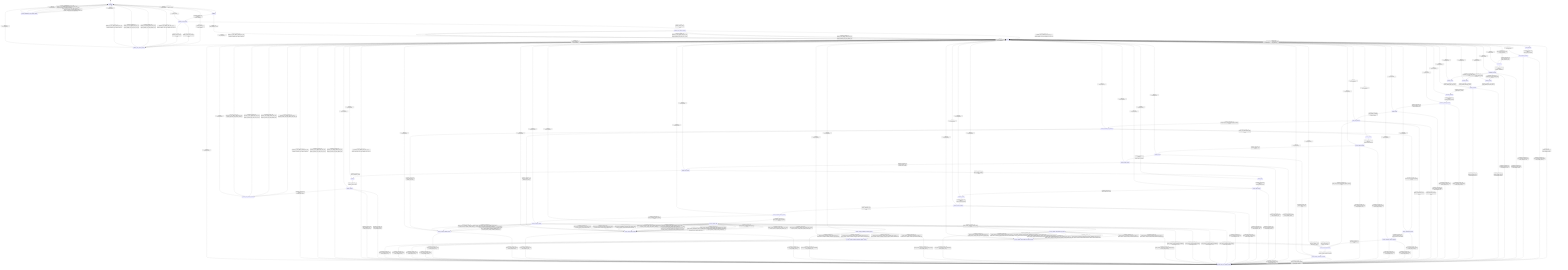
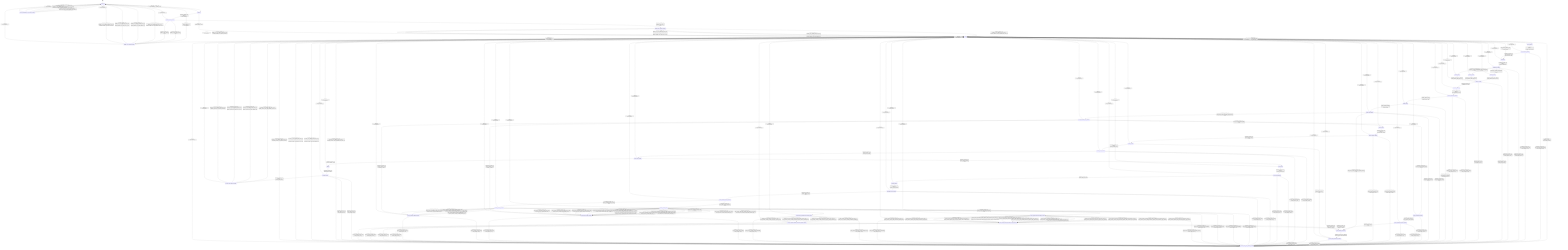
stateDiagram-v2
  direction TB
  [*] --> uninitialized
  uninitialized --> initializing : initialize_run [valid_initialize_] / none
  uninitialized --> initialize_error_channel_decision : initialize_run [invalid_initialize_] / reject_initialize_
  ready --> initializing : initialize_run [valid_initialize_] / none
  ready --> initialize_error_channel_decision : initialize_run [invalid_initialize_] / reject_initialize_
  initializing --> initializer_result_decision : completion_initialize_run_ [always] / request_initializer_
  initializer_result_decision --> initialize_done_channel_decision : completion_initialize_run_ [initialize_result_none_] / none
  initializer_result_decision --> initialize_error_channel_decision : completion_initialize_run_ [initialize_result_invalid_request_] / none
  initializer_result_decision --> initialize_error_channel_decision : completion_initialize_run_ [initialize_result_backend_] / none
  initialize_done_channel_decision --> ready : completion_initialize_run_ [initialize_done_callback_with_error_out_] / dispatch_initialize_done_with_callback_and_error_out_
  initialize_done_channel_decision --> ready : completion_initialize_run_ [initialize_done_callback_without_error_out_] / dispatch_initialize_done_with_callback_only_
  initialize_done_channel_decision --> ready : completion_initialize_run_ [initialize_no_done_callback_with_error_out_] / dispatch_initialize_done_with_error_out_only_
  initialize_done_channel_decision --> ready : completion_initialize_run_ [initialize_no_done_callback_without_error_out_] / dispatch_initialize_done_without_channels_
  initialize_error_channel_decision --> uninitialized : completion_initialize_run_ [initialize_error_callback_with_error_out_] / dispatch_initialize_error_with_callback_and_error_out_
  initialize_error_channel_decision --> uninitialized : completion_initialize_run_ [initialize_error_callback_without_error_out_] / dispatch_initialize_error_with_callback_only_
  initialize_error_channel_decision --> uninitialized : completion_initialize_run_ [initialize_no_error_callback_with_error_out_] / dispatch_initialize_error_with_error_out_only_
  initialize_error_channel_decision --> uninitialized : completion_initialize_run_ [initialize_no_error_callback_without_error_out_] / dispatch_initialize_error_without_channels_
  uninitialized --> generate_uninitialized_error_channel_decision : generate_run [always] / reject_uninitialized_generate_
  ready --> reset_sequence : generate_run [valid_generate_with_reset_] / begin_generate_
  ready --> conditioning : generate_run [valid_generate_without_reset_] / begin_generate_
  ready --> generate_ready_error_channel_decision : generate_run [invalid_generate_] / reject_invalid_generate_
  reset_sequence --> reset_sequence_decision : completion_generate_run_ [always] / request_reset_sequence_
  reset_sequence_decision --> conditioning : completion_generate_run_ [reset_sequence_ok_] / mark_sequence_clear_
  reset_sequence_decision --> generate_ready_error_channel_decision : completion_generate_run_ [reset_sequence_invalid_request_] / mark_invalid_request_
  reset_sequence_decision --> generate_ready_error_channel_decision : completion_generate_run_ [reset_sequence_backend_error_] / mark_backend_error_
  conditioning --> conditioning_decision : completion_generate_run_ [always] / request_conditioning_
  conditioning_decision --> planning_chunk8 : completion_generate_run_ [conditioning_ok_with_chunk8_prefill_] / none
  conditioning_decision --> planning_chunk4 : completion_generate_run_ [conditioning_ok_with_chunk4_prefill_] / none
  conditioning_decision --> planning_scalar : completion_generate_run_ [conditioning_ok_with_scalar_prefill_] / none
  conditioning_decision --> generate_ready_error_channel_decision : completion_generate_run_ [conditioning_invalid_request_] / mark_invalid_request_
  conditioning_decision --> generate_ready_error_channel_decision : completion_generate_run_ [conditioning_backend_error_] / mark_backend_error_
  planning_chunk8 --> planning_decision : completion_generate_run_ [always] / request_planning_with_step_size_8__
  planning_chunk4 --> planning_decision : completion_generate_run_ [always] / request_planning_with_step_size_4__
  planning_scalar --> planning_decision : completion_generate_run_ [always] / request_planning_with_step_size_1__
  planning_decision --> sequence_allocating : completion_generate_run_ [planning_ok_] / none
  planning_decision --> generate_ready_error_channel_decision : completion_generate_run_ [planning_invalid_request_] / mark_invalid_request_
  planning_decision --> generate_ready_error_channel_decision : completion_generate_run_ [planning_backend_error_] / mark_backend_error_
  sequence_allocating --> sequence_allocating_decision : completion_generate_run_ [always] / request_allocate_sequence_
  sequence_allocating_decision --> prefill_running : completion_generate_run_ [allocate_sequence_ok_] / mark_sequence_live_
  sequence_allocating_decision --> generate_ready_error_channel_decision : completion_generate_run_ [allocate_sequence_invalid_request_] / mark_invalid_request_
  sequence_allocating_decision --> generate_ready_error_channel_decision : completion_generate_run_ [allocate_sequence_backend_error_] / mark_backend_error_
  prefill_running --> prefill_result_decision : completion_generate_run_ [prefill_dispatch_available_] / request_prefill_
  prefill_running --> generate_ready_error_channel_decision : completion_generate_run_ [prefill_dispatch_unavailable_] / mark_backend_error_
  prefill_result_decision --> decode_selection_mode_decision : completion_generate_run_ [prefill_result_ok_with_materialized_logits_contract_] / none
  prefill_result_decision --> decode_sample_preselected : completion_generate_run_ [prefill_result_ok_with_preselected_argmax_contract_] / none
  prefill_result_decision --> generate_ready_error_channel_decision : completion_generate_run_ [prefill_result_invalid_request_] / none
  prefill_result_decision --> generate_ready_error_channel_decision : completion_generate_run_ [prefill_result_backend_error_] / none
  decode_selection_mode_decision --> decode_sample : completion_generate_run_ [decode_uses_materialized_logits_] / none
  decode_selection_mode_decision --> decode_preselected_argmax : completion_generate_run_ [decode_uses_preselected_argmax_] / none
  decode_sample --> decode_sample_decision : completion_generate_run_ [always] / request_decode_sample_
  decode_preselected_argmax --> decode_preselected_argmax_decision : completion_generate_run_ [decode_argmax_ready_] / request_decode_select_argmax_
  decode_preselected_argmax --> generate_ready_error_channel_decision : completion_generate_run_ [decode_argmax_invalid_request_] / mark_invalid_request_
  decode_preselected_argmax_decision --> decode_sample_preselected : completion_generate_run_ [decode_sample_ok_] / none
  decode_preselected_argmax_decision --> generate_ready_error_channel_decision : completion_generate_run_ [decode_sample_invalid_request_] / mark_invalid_request_
  decode_preselected_argmax_decision --> generate_ready_error_channel_decision : completion_generate_run_ [decode_sample_backend_error_] / mark_backend_error_
  decode_sample_preselected --> decode_sample_preselected_decision : completion_generate_run_ [always] / request_decode_sample_preselected_
  decode_sample_decision --> decode_render : completion_generate_run_ [decode_sample_ok_] / none
  decode_sample_preselected_decision --> decode_render : completion_generate_run_ [decode_sample_ok_] / none
  decode_sample_decision --> generate_ready_error_channel_decision : completion_generate_run_ [decode_sample_invalid_request_] / mark_invalid_request_
  decode_sample_decision --> generate_ready_error_channel_decision : completion_generate_run_ [decode_sample_backend_error_] / mark_backend_error_
  decode_sample_preselected_decision --> generate_ready_error_channel_decision : completion_generate_run_ [decode_sample_invalid_request_] / mark_invalid_request_
  decode_sample_preselected_decision --> generate_ready_error_channel_decision : completion_generate_run_ [decode_sample_backend_error_] / mark_backend_error_
  decode_render --> decode_render_decision : completion_generate_run_ [always] / request_decode_render_
  decode_render_decision --> decode_loop_decision : completion_generate_run_ [decode_render_ok_] / commit_render_output_
  decode_render_decision --> generate_ready_error_channel_decision : completion_generate_run_ [decode_render_invalid_request_] / mark_invalid_request_
  decode_render_decision --> generate_ready_error_channel_decision : completion_generate_run_ [decode_render_backend_error_] / mark_backend_error_
  decode_loop_decision --> decode_slots : completion_generate_run_ [decode_should_continue_] / none
  decode_loop_decision --> flushing : completion_generate_run_ [decode_complete_] / none
  decode_slots --> decode_slots_decision : completion_generate_run_ [always] / request_decode_slots_
  decode_slots_decision --> snapshot_decode : completion_generate_run_ [decode_slots_ok_] / none
  decode_slots_decision --> generate_ready_error_channel_decision : completion_generate_run_ [decode_slots_invalid_request_] / mark_invalid_request_
  decode_slots_decision --> generate_ready_error_channel_decision : completion_generate_run_ [decode_slots_backend_error_] / mark_backend_error_
  snapshot_decode --> snapshot_decode_decision : completion_generate_run_ [always] / request_memory_snapshot_
  snapshot_decode_decision --> decode_compute_runtime_decision : completion_generate_run_ [decode_snapshot_ok_] / none
  snapshot_decode_decision --> generate_ready_error_channel_decision : completion_generate_run_ [decode_snapshot_invalid_request_] / mark_invalid_request_
  snapshot_decode_decision --> generate_ready_error_channel_decision : completion_generate_run_ [decode_snapshot_backend_error_] / mark_backend_error_
  decode_compute_runtime_decision --> decode_compute_flash : completion_generate_run_ [decode_flash_runtime_supported_] / none
  decode_compute_runtime_decision --> decode_compute_nonflash : completion_generate_run_ [decode_nonflash_runtime_required_] / none
  decode_compute_flash --> generate_ready_error_channel_decision : completion_generate_run_ [guard_decode_compute_invalid_request_] / mark_invalid_request_
  decode_compute_flash --> generate_ready_error_channel_decision : completion_generate_run_ [guard_decode_compute_backend_unavailable_] / mark_backend_error_
  decode_compute_flash --> decode_compute_flash_preselected_argmax : completion_generate_run_ [guard_decode_preselected_direct_ready_] / none
  decode_compute_flash --> decode_compute_flash_decision : completion_generate_run_ [guard_decode_materialized_parallel_scalar_packed_q8_0_ready_] / request_decode_compute_flash_parallel_packed_q8_0_
  decode_compute_flash --> decode_compute_flash_decision : completion_generate_run_ [guard_decode_materialized_scalar_packed_q8_0_ready_] / request_decode_compute_flash_packed_q8_0_
  decode_compute_flash --> decode_compute_flash_decision : completion_generate_run_ [guard_decode_materialized_parallel_scalar_q8_k_ready_] / request_decode_compute_flash_parallel_q8_k_
  decode_compute_flash --> decode_compute_flash_decision : completion_generate_run_ [guard_decode_materialized_scalar_q8_k_ready_] / request_decode_compute_flash_q8_k_
  decode_compute_flash --> decode_compute_flash_decision : completion_generate_run_ [guard_decode_materialized_parallel_scalar_native_quantized_q8_k_ready_] / request_decode_compute_flash_parallel_native_quantized_q8_k_logits_
  decode_compute_flash --> decode_compute_flash_decision : completion_generate_run_ [guard_decode_materialized_scalar_native_quantized_q8_k_ready_] / request_decode_compute_flash_native_quantized_q8_k_logits_
  decode_compute_flash --> decode_compute_flash_decision : completion_generate_run_ [guard_decode_materialized_streamed_scalar_native_quantized_ready_] / request_decode_compute_flash_native_quantized_streamed_
  decode_compute_flash --> decode_compute_flash_decision : completion_generate_run_ [guard_decode_materialized_parallel_scalar_native_quantized_kernel_ready_] / request_decode_compute_flash_parallel_native_quantized_
  decode_compute_flash --> decode_compute_flash_decision : completion_generate_run_ [guard_decode_materialized_scalar_native_quantized_kernel_ready_] / request_decode_compute_flash_native_quantized_
  decode_compute_flash --> decode_compute_flash_decision : completion_generate_run_ [guard_decode_materialized_streamed_scalar_kernel_ready_] / request_decode_compute_flash_kernel_streamed_
  decode_compute_flash --> decode_compute_flash_decision : completion_generate_run_ [guard_decode_materialized_parallel_scalar_kernel_ready_] / request_decode_compute_flash_parallel_kernel_
  decode_compute_flash --> decode_compute_flash_decision : completion_generate_run_ [guard_decode_materialized_scalar_kernel_ready_] / request_decode_compute_flash_kernel_
  decode_compute_nonflash --> generate_ready_error_channel_decision : completion_generate_run_ [guard_decode_compute_invalid_request_] / mark_invalid_request_
  decode_compute_nonflash --> generate_ready_error_channel_decision : completion_generate_run_ [guard_decode_compute_backend_unavailable_] / mark_backend_error_
  decode_compute_nonflash --> decode_compute_nonflash_preselected_argmax : completion_generate_run_ [guard_decode_preselected_direct_ready_] / none
  decode_compute_nonflash --> decode_compute_nonflash_decision : completion_generate_run_ [guard_decode_materialized_scalar_packed_q8_0_ready_] / request_decode_compute_nonflash_packed_q8_0_
  decode_compute_nonflash --> decode_compute_nonflash_decision : completion_generate_run_ [guard_decode_materialized_scalar_q8_k_ready_] / request_decode_compute_nonflash_q8_k_
  decode_compute_nonflash --> decode_compute_nonflash_decision : completion_generate_run_ [guard_decode_materialized_scalar_native_quantized_q8_k_ready_] / request_decode_compute_nonflash_native_quantized_q8_k_logits_
  decode_compute_nonflash --> decode_compute_nonflash_decision : completion_generate_run_ [guard_decode_materialized_scalar_native_quantized_kernel_ready_] / request_decode_compute_nonflash_native_quantized_
  decode_compute_nonflash --> decode_compute_nonflash_decision : completion_generate_run_ [guard_decode_materialized_scalar_kernel_ready_] / request_decode_compute_nonflash_kernel_
  decode_compute_flash_preselected_argmax --> generate_ready_error_channel_decision : completion_generate_run_ [guard_decode_preselected_compute_invalid_request_] / mark_invalid_request_
  decode_compute_flash_preselected_argmax --> generate_ready_error_channel_decision : completion_generate_run_ [guard_decode_compute_backend_unavailable_] / mark_backend_error_
+   decode_compute_flash_preselected_argmax --> decode_compute_flash_preselected_argmax_decision : completion_generate_run_ [guard_decode_preselected_argmax_q8_k_streamed_ready_] / request_decode_compute_flash_preselected_argmax_q8_k_streamed_
+   decode_compute_flash_preselected_argmax --> decode_compute_flash_preselected_argmax_decision : completion_generate_run_ [guard_decode_preselected_argmax_native_quantized_q8_k_streamed_ready_] / request_decode_compute_flash_preselected_argmax_native_quantized_q8_k_streamed_
+   decode_compute_flash_preselected_argmax --> decode_compute_flash_preselected_argmax_decision : completion_generate_run_ [guard_decode_preselected_argmax_native_quantized_kernel_streamed_ready_] / request_decode_compute_flash_preselected_argmax_native_quantized_kernel_streamed_
+   decode_compute_flash_preselected_argmax --> decode_compute_flash_preselected_argmax_decision : completion_generate_run_ [guard_decode_preselected_argmax_kernel_streamed_ready_] / request_decode_compute_flash_preselected_argmax_kernel_streamed_
  decode_compute_flash_preselected_argmax --> decode_compute_flash_preselected_argmax_decision : completion_generate_run_ [guard_decode_preselected_parallel_argmax_q8_k_ready_] / request_decode_compute_flash_parallel_preselected_argmax_q8_k_
  decode_compute_flash_preselected_argmax --> decode_compute_flash_preselected_argmax_decision : completion_generate_run_ [guard_decode_preselected_argmax_q8_k_ready_] / request_decode_compute_flash_preselected_argmax_q8_k_
  decode_compute_flash_preselected_argmax --> decode_compute_flash_preselected_argmax_decision : completion_generate_run_ [guard_decode_preselected_parallel_argmax_native_quantized_q8_k_ready_] / request_decode_compute_flash_parallel_preselected_argmax_native_quantized_q8_k_
  decode_compute_flash_preselected_argmax --> decode_compute_flash_preselected_argmax_decision : completion_generate_run_ [guard_decode_preselected_argmax_native_quantized_q8_k_ready_] / request_decode_compute_flash_preselected_argmax_native_quantized_q8_k_
  decode_compute_flash_preselected_argmax --> decode_compute_flash_preselected_argmax_decision : completion_generate_run_ [guard_decode_preselected_parallel_argmax_native_quantized_kernel_ready_] / request_decode_compute_flash_parallel_preselected_argmax_native_quantized_kernel_
  decode_compute_flash_preselected_argmax --> decode_compute_flash_preselected_argmax_decision : completion_generate_run_ [guard_decode_preselected_argmax_native_quantized_kernel_ready_] / request_decode_compute_flash_preselected_argmax_native_quantized_kernel_
  decode_compute_flash_preselected_argmax --> decode_compute_flash_preselected_argmax_decision : completion_generate_run_ [guard_decode_preselected_parallel_argmax_kernel_ready_] / request_decode_compute_flash_parallel_preselected_argmax_kernel_
  decode_compute_flash_preselected_argmax --> decode_compute_flash_preselected_argmax_decision : completion_generate_run_ [guard_decode_preselected_argmax_kernel_ready_] / request_decode_compute_flash_preselected_argmax_kernel_
  decode_compute_nonflash_preselected_argmax --> generate_ready_error_channel_decision : completion_generate_run_ [guard_decode_preselected_compute_invalid_request_] / mark_invalid_request_
  decode_compute_nonflash_preselected_argmax --> generate_ready_error_channel_decision : completion_generate_run_ [guard_decode_compute_backend_unavailable_] / mark_backend_error_
  decode_compute_nonflash_preselected_argmax --> decode_compute_nonflash_preselected_argmax_decision : completion_generate_run_ [guard_decode_preselected_argmax_q8_k_ready_] / request_decode_compute_nonflash_preselected_argmax_q8_k_
  decode_compute_nonflash_preselected_argmax --> decode_compute_nonflash_preselected_argmax_decision : completion_generate_run_ [guard_decode_preselected_argmax_native_quantized_q8_k_ready_] / request_decode_compute_nonflash_preselected_argmax_native_quantized_q8_k_
  decode_compute_nonflash_preselected_argmax --> decode_compute_nonflash_preselected_argmax_decision : completion_generate_run_ [guard_decode_preselected_argmax_native_quantized_kernel_ready_] / request_decode_compute_nonflash_preselected_argmax_native_quantized_kernel_
  decode_compute_nonflash_preselected_argmax --> decode_compute_nonflash_preselected_argmax_decision : completion_generate_run_ [guard_decode_preselected_argmax_kernel_ready_] / request_decode_compute_nonflash_preselected_argmax_kernel_
  decode_compute_flash_decision --> decode_selection_mode_decision : completion_generate_run_ [decode_compute_ok_] / advance_kv_cache_
  decode_compute_nonflash_decision --> decode_selection_mode_decision : completion_generate_run_ [decode_compute_ok_] / advance_kv_cache_
  decode_compute_flash_preselected_argmax_decision --> decode_sample_preselected : completion_generate_run_ [decode_compute_ok_] / advance_kv_cache_
  decode_compute_nonflash_preselected_argmax_decision --> decode_sample_preselected : completion_generate_run_ [decode_compute_ok_] / advance_kv_cache_
  decode_compute_flash_decision --> generate_ready_error_channel_decision : completion_generate_run_ [decode_compute_invalid_request_] / mark_invalid_request_
  decode_compute_flash_decision --> generate_ready_error_channel_decision : completion_generate_run_ [decode_compute_backend_error_] / mark_backend_error_
  decode_compute_nonflash_decision --> generate_ready_error_channel_decision : completion_generate_run_ [decode_compute_invalid_request_] / mark_invalid_request_
  decode_compute_nonflash_decision --> generate_ready_error_channel_decision : completion_generate_run_ [decode_compute_backend_error_] / mark_backend_error_
  decode_compute_flash_preselected_argmax_decision --> generate_ready_error_channel_decision : completion_generate_run_ [decode_compute_invalid_request_] / mark_invalid_request_
  decode_compute_flash_preselected_argmax_decision --> generate_ready_error_channel_decision : completion_generate_run_ [decode_compute_backend_error_] / mark_backend_error_
  decode_compute_nonflash_preselected_argmax_decision --> generate_ready_error_channel_decision : completion_generate_run_ [decode_compute_invalid_request_] / mark_invalid_request_
  decode_compute_nonflash_preselected_argmax_decision --> generate_ready_error_channel_decision : completion_generate_run_ [decode_compute_backend_error_] / mark_backend_error_
  flushing --> flushing_decision : completion_generate_run_ [always] / request_flush_
  flushing_decision --> generate_done_channel_decision : completion_generate_run_ [flush_ok_] / commit_flush_output_
  flushing_decision --> generate_ready_error_channel_decision : completion_generate_run_ [flush_invalid_request_] / mark_invalid_request_
  flushing_decision --> generate_ready_error_channel_decision : completion_generate_run_ [flush_backend_error_] / mark_backend_error_
  generate_done_channel_decision --> ready : completion_generate_run_ [generate_done_callback_with_error_out_] / dispatch_generate_done_with_callback_and_error_out_
  generate_done_channel_decision --> ready : completion_generate_run_ [generate_done_callback_without_error_out_] / dispatch_generate_done_with_callback_only_
  generate_done_channel_decision --> ready : completion_generate_run_ [generate_no_done_callback_with_error_out_] / dispatch_generate_done_with_error_out_only_
  generate_done_channel_decision --> ready : completion_generate_run_ [generate_no_done_callback_without_error_out_] / dispatch_generate_done_without_channels_
  generate_ready_error_channel_decision --> ready : completion_generate_run_ [generate_error_callback_with_error_out_] / dispatch_generate_error_with_callback_and_error_out_
  generate_ready_error_channel_decision --> ready : completion_generate_run_ [generate_error_callback_without_error_out_] / dispatch_generate_error_with_callback_only_
  generate_ready_error_channel_decision --> ready : completion_generate_run_ [generate_no_error_callback_with_error_out_] / dispatch_generate_error_with_error_out_only_
  generate_ready_error_channel_decision --> ready : completion_generate_run_ [generate_no_error_callback_without_error_out_] / dispatch_generate_error_without_channels_
  generate_uninitialized_error_channel_decision --> uninitialized : completion_generate_run_ [generate_error_callback_with_error_out_] / dispatch_generate_error_with_callback_and_error_out_
  generate_uninitialized_error_channel_decision --> uninitialized : completion_generate_run_ [generate_error_callback_without_error_out_] / dispatch_generate_error_with_callback_only_
  generate_uninitialized_error_channel_decision --> uninitialized : completion_generate_run_ [generate_no_error_callback_with_error_out_] / dispatch_generate_error_with_error_out_only_
  generate_uninitialized_error_channel_decision --> uninitialized : completion_generate_run_ [generate_no_error_callback_without_error_out_] / dispatch_generate_error_without_channels_
  uninitialized --> uninitialized : capture_diagnostics [always] / capture_diagnostics_
  ready --> ready : capture_diagnostics [always] / capture_diagnostics_
  uninitialized --> uninitialized : capture_graph_lifecycle [graph_lifecycle_runtime_tensor_unavailable_] / capture_graph_lifecycle_without_runtime_tensor_
  uninitialized --> uninitialized : capture_graph_lifecycle [graph_lifecycle_runtime_tensor_available_] / capture_graph_lifecycle_with_runtime_tensor_
  ready --> ready : capture_graph_lifecycle [graph_lifecycle_runtime_tensor_unavailable_] / capture_graph_lifecycle_without_runtime_tensor_
  ready --> ready : capture_graph_lifecycle [graph_lifecycle_runtime_tensor_available_] / capture_graph_lifecycle_with_runtime_tensor_
  uninitialized --> uninitialized : _ [always] / on_unexpected_
  ready --> ready : _ [always] / on_unexpected_
  initializing --> uninitialized : _ [always] / on_unexpected_
  initializer_result_decision --> uninitialized : _ [always] / on_unexpected_
  initialize_done_channel_decision --> ready : _ [always] / on_unexpected_
  initialize_error_channel_decision --> uninitialized : _ [always] / on_unexpected_
  reset_sequence --> ready : _ [always] / on_unexpected_
  reset_sequence_decision --> ready : _ [always] / on_unexpected_
  conditioning --> ready : _ [always] / on_unexpected_
  conditioning_decision --> ready : _ [always] / on_unexpected_
  planning_chunk8 --> ready : _ [always] / on_unexpected_
  planning_chunk4 --> ready : _ [always] / on_unexpected_
  planning_scalar --> ready : _ [always] / on_unexpected_
  planning_decision --> ready : _ [always] / on_unexpected_
  sequence_allocating --> ready : _ [always] / on_unexpected_
  sequence_allocating_decision --> ready : _ [always] / on_unexpected_
  prefill_running --> ready : _ [always] / on_unexpected_
  prefill_result_decision --> ready : _ [always] / on_unexpected_
  decode_selection_mode_decision --> ready : _ [always] / on_unexpected_
  decode_slots --> ready : _ [always] / on_unexpected_
  decode_slots_decision --> ready : _ [always] / on_unexpected_
  snapshot_decode --> ready : _ [always] / on_unexpected_
  snapshot_decode_decision --> ready : _ [always] / on_unexpected_
  decode_compute_runtime_decision --> ready : _ [always] / on_unexpected_
  decode_compute_flash --> ready : _ [always] / on_unexpected_
  decode_compute_flash_preselected_argmax --> ready : _ [always] / on_unexpected_
  decode_compute_flash_preselected_argmax_decision --> ready : _ [always] / on_unexpected_
  decode_compute_flash_decision --> ready : _ [always] / on_unexpected_
  decode_compute_nonflash --> ready : _ [always] / on_unexpected_
  decode_compute_nonflash_preselected_argmax --> ready : _ [always] / on_unexpected_
  decode_compute_nonflash_preselected_argmax_decision --> ready : _ [always] / on_unexpected_
  decode_compute_nonflash_decision --> ready : _ [always] / on_unexpected_
  decode_sample --> ready : _ [always] / on_unexpected_
  decode_sample_decision --> ready : _ [always] / on_unexpected_
  decode_preselected_argmax --> ready : _ [always] / on_unexpected_
  decode_preselected_argmax_decision --> ready : _ [always] / on_unexpected_
  decode_sample_preselected --> ready : _ [always] / on_unexpected_
  decode_sample_preselected_decision --> ready : _ [always] / on_unexpected_
  decode_render --> ready : _ [always] / on_unexpected_
  decode_render_decision --> ready : _ [always] / on_unexpected_
  decode_loop_decision --> ready : _ [always] / on_unexpected_
  flushing --> ready : _ [always] / on_unexpected_
  flushing_decision --> ready : _ [always] / on_unexpected_
  generate_done_channel_decision --> ready : _ [always] / on_unexpected_
  generate_ready_error_channel_decision --> ready : _ [always] / on_unexpected_
  generate_uninitialized_error_channel_decision --> uninitialized : _ [always] / on_unexpected_
